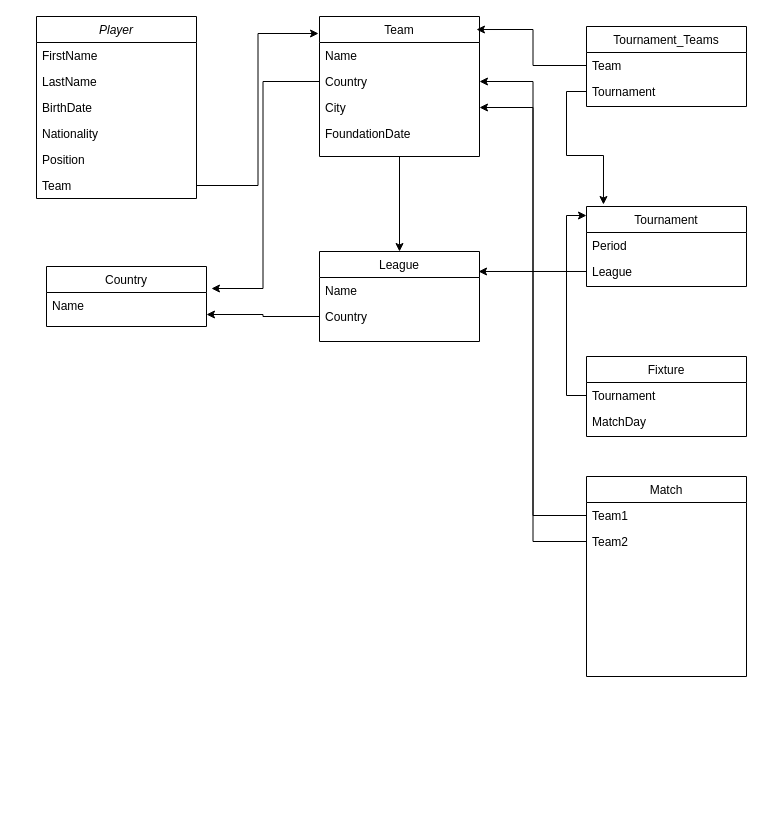
Above: Untitled Diagram.drawio in alanmacgowan/alanmacgowan.github.io (draw.io), before the change. Source tidied: cells renumbered, new cells numbered last; positions are measured from the earlier drawing's top-left corner, leaving out a move shared by most shapes. Both pictures are drawn from the tidied source at 100%, with x=0, y=0 at pixel (36, 16).
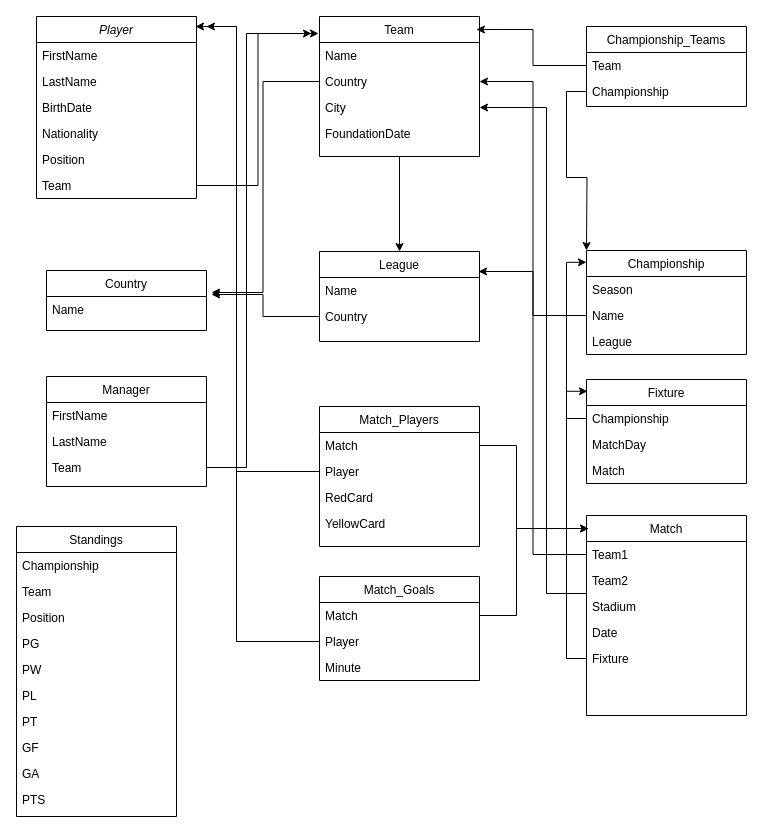
The same page after the edit.

Unchanged cells that the change refers to:
```xml
<mxCell id="2" value="Player" style="swimlane;fontStyle=2;align=center;verticalAlign=top;horizontal=1;startSize=26;rounded=0;shadow=0;strokeWidth=1;" parent="1" vertex="1">
  <mxGeometry width="160" height="182" as="geometry" />
</mxCell>
<mxCell id="10" value="Name" style="text;align=left;verticalAlign=top;spacingLeft=4;spacingRight=4;overflow=hidden;points=[[0,0.5],[1,0.5]];portConstraint=eastwest;" parent="9" vertex="1">
  <mxGeometry y="26" width="160" height="26" as="geometry" />
</mxCell>
<mxCell id="13" value="Country" style="text;align=left;verticalAlign=top;spacingLeft=4;spacingRight=4;overflow=hidden;points=[[0,0.5],[1,0.5]];portConstraint=eastwest;" parent="11" vertex="1">
  <mxGeometry y="52" width="160" height="26" as="geometry" />
</mxCell>
<mxCell id="16" value="Name" style="text;align=left;verticalAlign=top;spacingLeft=4;spacingRight=4;overflow=hidden;points=[[0,0.5],[1,0.5]];portConstraint=eastwest;" parent="15" vertex="1">
  <mxGeometry y="26" width="160" height="26" as="geometry" />
</mxCell>
<mxCell id="18" value="City" style="text;align=left;verticalAlign=top;spacingLeft=4;spacingRight=4;overflow=hidden;points=[[0,0.5],[1,0.5]];portConstraint=eastwest;rounded=0;shadow=0;html=0;" parent="15" vertex="1">
  <mxGeometry y="78" width="160" height="26" as="geometry" />
</mxCell>
<mxCell id="36" value="Team2" style="text;align=left;verticalAlign=top;spacingLeft=4;spacingRight=4;overflow=hidden;points=[[0,0.5],[1,0.5]];portConstraint=eastwest;rounded=0;shadow=0;html=0;" parent="34" vertex="1">
  <mxGeometry y="52" width="160" height="26" as="geometry" />
</mxCell>
```

The edit, as a diff of the source:
```diff
@@
     <mxCell id="9" value="Country" style="swimlane;fontStyle=0;align=center;verticalAlign=top;horizontal=1;startSize=26;rounded=0;shadow=0;strokeWidth=1;" parent="1" vertex="1">
-      <mxGeometry x="10" y="250" width="160" height="60" as="geometry" />
+      <mxGeometry x="10" y="254" width="160" height="60" as="geometry" />
     </mxCell>
@@
-    <mxCell id="20" value="Tournament" style="swimlane;fontStyle=0;align=center;verticalAlign=top;horizontal=1;startSize=26;rounded=0;shadow=0;strokeWidth=1;" parent="1" vertex="1">
-      <mxGeometry x="550" y="190" width="160" height="80" as="geometry" />
+    <mxCell id="20" value="Championship" style="swimlane;fontStyle=0;align=center;verticalAlign=top;horizontal=1;startSize=26;rounded=0;shadow=0;strokeWidth=1;" parent="1" vertex="1">
+      <mxGeometry x="550" y="234" width="160" height="104" as="geometry" />
     </mxCell>
-    <mxCell id="21" value="Period" style="text;align=left;verticalAlign=top;spacingLeft=4;spacingRight=4;overflow=hidden;" parent="20" vertex="1">
+    <mxCell id="21" value="Season" style="text;align=left;verticalAlign=top;spacingLeft=4;spacingRight=4;overflow=hidden;" parent="20" vertex="1">
       <mxGeometry y="26" width="160" height="26" as="geometry" />
     </mxCell>
-    <mxCell id="22" value="League" style="text;align=left;verticalAlign=top;spacingLeft=4;spacingRight=4;overflow=hidden;points=[[0,0.5],[1,0.5]];portConstraint=eastwest;rounded=0;shadow=0;html=0;" parent="20" vertex="1">
+    <mxCell id="22" value="Name" style="text;align=left;verticalAlign=top;spacingLeft=4;spacingRight=4;overflow=hidden;points=[[0,0.5],[1,0.5]];portConstraint=eastwest;rounded=0;shadow=0;html=0;" parent="20" vertex="1">
       <mxGeometry y="52" width="160" height="26" as="geometry" />
     </mxCell>
+    <mxCell id="41" value="League" style="text;align=left;verticalAlign=top;spacingLeft=4;spacingRight=4;overflow=hidden;rounded=0;shadow=0;html=0;" parent="20" vertex="1">
+      <mxGeometry y="78" width="160" height="26" as="geometry" />
+    </mxCell>
@@
-    <mxCell id="24" style="edgeStyle=orthogonalEdgeStyle;rounded=0;jettySize=auto;html=1;entryX=1;entryY=0.846;entryDx=0;entryDy=0;entryPerimeter=0;" parent="1" edge="1" source="13" target="10">
-      <mxGeometry relative="1" as="geometry" />
-    </mxCell>
@@
-    <mxCell id="26" value="Tournament_Teams" style="swimlane;fontStyle=0;align=center;verticalAlign=top;horizontal=1;startSize=26;rounded=0;shadow=0;strokeWidth=1;" parent="1" vertex="1">
+    <mxCell id="26" value="Championship_Teams" style="swimlane;fontStyle=0;align=center;verticalAlign=top;horizontal=1;startSize=26;rounded=0;shadow=0;strokeWidth=1;" parent="1" vertex="1">
       <mxGeometry x="550" y="10" width="160" height="80" as="geometry" />
     </mxCell>
@@
-    <mxCell id="28" value="Tournament" style="text;align=left;verticalAlign=top;spacingLeft=4;spacingRight=4;overflow=hidden;points=[[0,0.5],[1,0.5]];portConstraint=eastwest;rounded=0;shadow=0;html=0;" parent="26" vertex="1">
+    <mxCell id="28" value="Championship" style="text;align=left;verticalAlign=top;spacingLeft=4;spacingRight=4;overflow=hidden;points=[[0,0.5],[1,0.5]];portConstraint=eastwest;rounded=0;shadow=0;html=0;" parent="26" vertex="1">
       <mxGeometry y="52" width="160" height="26" as="geometry" />
     </mxCell>
@@
-    <mxCell id="30" style="edgeStyle=orthogonalEdgeStyle;rounded=0;jettySize=auto;html=1;entryX=0.106;entryY=-0.025;entryDx=0;entryDy=0;entryPerimeter=0;" parent="1" edge="1" source="28" target="20">
-      <mxGeometry relative="1" as="geometry" />
-    </mxCell>
     <mxCell id="31" value="Fixture" style="swimlane;fontStyle=0;align=center;verticalAlign=top;horizontal=1;startSize=26;rounded=0;shadow=0;strokeWidth=1;" parent="1" vertex="1">
-      <mxGeometry x="550" y="340" width="160" height="80" as="geometry" />
+      <mxGeometry x="550" y="363" width="160" height="104" as="geometry" />
     </mxCell>
-    <mxCell id="32" value="Tournament" style="text;align=left;verticalAlign=top;spacingLeft=4;spacingRight=4;overflow=hidden;points=[[0,0.5],[1,0.5]];portConstraint=eastwest;" parent="31" vertex="1">
+    <mxCell id="32" value="Championship" style="text;align=left;verticalAlign=top;spacingLeft=4;spacingRight=4;overflow=hidden;points=[[0,0.5],[1,0.5]];portConstraint=eastwest;" parent="31" vertex="1">
       <mxGeometry y="26" width="160" height="26" as="geometry" />
     </mxCell>
@@
+    <mxCell id="42" value="Match" style="text;align=left;verticalAlign=top;spacingLeft=4;spacingRight=4;overflow=hidden;rounded=0;shadow=0;html=0;" parent="31" vertex="1">
+      <mxGeometry y="78" width="160" height="26" as="geometry" />
+    </mxCell>
     <mxCell id="34" value="Match" style="swimlane;fontStyle=0;align=center;verticalAlign=top;horizontal=1;startSize=26;rounded=0;shadow=0;strokeWidth=1;" parent="1" vertex="1">
-      <mxGeometry x="550" y="460" width="160" height="200" as="geometry" />
+      <mxGeometry x="550" y="499" width="160" height="200" as="geometry" />
     </mxCell>
@@
+    <mxCell id="43" value="Stadium" style="text;align=left;verticalAlign=top;spacingLeft=4;spacingRight=4;overflow=hidden;rounded=0;shadow=0;html=0;" parent="34" vertex="1">
+      <mxGeometry y="78" width="160" height="26" as="geometry" />
+    </mxCell>
+    <mxCell id="44" value="Date" style="text;align=left;verticalAlign=top;spacingLeft=4;spacingRight=4;overflow=hidden;rounded=0;shadow=0;html=0;" parent="34" vertex="1">
+      <mxGeometry y="104" width="160" height="26" as="geometry" />
+    </mxCell>
+    <mxCell id="45" value="Fixture" style="text;align=left;verticalAlign=top;spacingLeft=4;spacingRight=4;overflow=hidden;points=[[0,0.5],[1,0.5]];portConstraint=eastwest;rounded=0;shadow=0;html=0;" parent="34" vertex="1">
+      <mxGeometry y="130" width="160" height="26" as="geometry" />
+    </mxCell>
@@
-    <mxCell id="39" style="edgeStyle=orthogonalEdgeStyle;rounded=0;jettySize=auto;html=1;entryX=1;entryY=0.5;entryDx=0;entryDy=0;" parent="1" edge="1" source="36" target="18">
-      <mxGeometry relative="1" as="geometry" />
+    <mxCell id="39" style="edgeStyle=orthogonalEdgeStyle;rounded=0;jettySize=auto;html=1;entryX=1;entryY=0.5;entryDx=0;entryDy=0;" parent="1" edge="1" target="18">
+      <mxGeometry relative="1" as="geometry">
+        <mxPoint x="550" y="577" as="sourcePoint" />
+        <Array as="points">
+          <mxPoint x="510" y="577" />
+          <mxPoint x="510" y="91" />
+        </Array>
+      </mxGeometry>
     </mxCell>
@@
+    <mxCell id="46" value="Match_Players" style="swimlane;fontStyle=0;align=center;verticalAlign=top;horizontal=1;startSize=26;rounded=0;shadow=0;strokeWidth=1;" parent="1" vertex="1">
+      <mxGeometry x="283" y="390" width="160" height="140" as="geometry" />
+    </mxCell>
+    <mxCell id="47" value="Match" style="text;align=left;verticalAlign=top;spacingLeft=4;spacingRight=4;overflow=hidden;points=[[0,0.5],[1,0.5]];portConstraint=eastwest;" parent="46" vertex="1">
+      <mxGeometry y="26" width="160" height="26" as="geometry" />
+    </mxCell>
+    <mxCell id="48" value="Player" style="text;align=left;verticalAlign=top;spacingLeft=4;spacingRight=4;overflow=hidden;points=[[0,0.5],[1,0.5]];portConstraint=eastwest;" parent="46" vertex="1">
+      <mxGeometry y="52" width="160" height="26" as="geometry" />
+    </mxCell>
+    <mxCell id="49" value="RedCard" style="text;align=left;verticalAlign=top;spacingLeft=4;spacingRight=4;overflow=hidden;" parent="46" vertex="1">
+      <mxGeometry y="78" width="160" height="26" as="geometry" />
+    </mxCell>
+    <mxCell id="50" value="YellowCard" style="text;align=left;verticalAlign=top;spacingLeft=4;spacingRight=4;overflow=hidden;" parent="46" vertex="1">
+      <mxGeometry y="104" width="160" height="26" as="geometry" />
+    </mxCell>
+    <mxCell id="51" style="edgeStyle=orthogonalEdgeStyle;rounded=0;jettySize=auto;html=1;entryX=0.013;entryY=0.065;entryDx=0;entryDy=0;entryPerimeter=0;exitX=1;exitY=0.5;exitDx=0;exitDy=0;" parent="1" edge="1" source="47" target="34">
+      <mxGeometry relative="1" as="geometry">
+        <Array as="points">
+          <mxPoint x="480" y="429" />
+          <mxPoint x="480" y="512" />
+        </Array>
+      </mxGeometry>
+    </mxCell>
+    <mxCell id="52" style="edgeStyle=orthogonalEdgeStyle;rounded=0;jettySize=auto;html=1;entryX=0.994;entryY=0.055;entryDx=0;entryDy=0;entryPerimeter=0;exitX=0;exitY=0.5;exitDx=0;exitDy=0;" parent="1" edge="1" source="48" target="2">
+      <mxGeometry relative="1" as="geometry">
+        <Array as="points">
+          <mxPoint x="200" y="455" />
+          <mxPoint x="200" y="10" />
+        </Array>
+      </mxGeometry>
+    </mxCell>
+    <mxCell id="53" value="Match_Goals" style="swimlane;fontStyle=0;align=center;verticalAlign=top;horizontal=1;startSize=26;rounded=0;shadow=0;strokeWidth=1;" parent="1" vertex="1">
+      <mxGeometry x="283" y="560" width="160" height="104" as="geometry" />
+    </mxCell>
+    <mxCell id="54" value="Match" style="text;align=left;verticalAlign=top;spacingLeft=4;spacingRight=4;overflow=hidden;points=[[0,0.5],[1,0.5]];portConstraint=eastwest;" parent="53" vertex="1">
+      <mxGeometry y="26" width="160" height="26" as="geometry" />
+    </mxCell>
+    <mxCell id="55" value="Player" style="text;align=left;verticalAlign=top;spacingLeft=4;spacingRight=4;overflow=hidden;points=[[0,0.5],[1,0.5]];portConstraint=eastwest;" parent="53" vertex="1">
+      <mxGeometry y="52" width="160" height="26" as="geometry" />
+    </mxCell>
+    <mxCell id="56" value="Minute" style="text;align=left;verticalAlign=top;spacingLeft=4;spacingRight=4;overflow=hidden;" parent="53" vertex="1">
+      <mxGeometry y="78" width="160" height="26" as="geometry" />
+    </mxCell>
+    <mxCell id="57" style="edgeStyle=orthogonalEdgeStyle;rounded=0;jettySize=auto;html=1;exitX=1;exitY=0.5;exitDx=0;exitDy=0;entryX=0.013;entryY=0.065;entryDx=0;entryDy=0;entryPerimeter=0;" parent="1" edge="1" source="54" target="34">
+      <mxGeometry relative="1" as="geometry">
+        <Array as="points">
+          <mxPoint x="480" y="599" />
+          <mxPoint x="480" y="512" />
+        </Array>
+      </mxGeometry>
+    </mxCell>
+    <mxCell id="58" style="edgeStyle=orthogonalEdgeStyle;rounded=0;jettySize=auto;html=1;" parent="1" edge="1" source="55">
+      <mxGeometry relative="1" as="geometry">
+        <mxPoint x="170" y="10" as="targetPoint" />
+        <Array as="points">
+          <mxPoint x="200" y="625" />
+          <mxPoint x="200" y="10" />
+        </Array>
+      </mxGeometry>
+    </mxCell>
+    <mxCell id="24" style="edgeStyle=orthogonalEdgeStyle;rounded=0;jettySize=auto;html=1;entryX=1.031;entryY=-0.077;entryDx=0;entryDy=0;entryPerimeter=0;" parent="1" edge="1" source="13" target="10">
+      <mxGeometry relative="1" as="geometry" />
+    </mxCell>
+    <mxCell id="59" value="Manager" style="swimlane;fontStyle=0;align=center;verticalAlign=top;horizontal=1;startSize=26;rounded=0;shadow=0;strokeWidth=1;" parent="1" vertex="1">
+      <mxGeometry x="10" y="360" width="160" height="110" as="geometry" />
+    </mxCell>
+    <mxCell id="60" value="FirstName" style="text;align=left;verticalAlign=top;spacingLeft=4;spacingRight=4;overflow=hidden;" parent="59" vertex="1">
+      <mxGeometry y="26" width="160" height="26" as="geometry" />
+    </mxCell>
+    <mxCell id="61" value="LastName" style="text;align=left;verticalAlign=top;spacingLeft=4;spacingRight=4;overflow=hidden;" parent="59" vertex="1">
+      <mxGeometry y="52" width="160" height="26" as="geometry" />
+    </mxCell>
+    <mxCell id="62" value="Team" style="text;align=left;verticalAlign=top;spacingLeft=4;spacingRight=4;overflow=hidden;points=[[0,0.5],[1,0.5]];portConstraint=eastwest;" parent="59" vertex="1">
+      <mxGeometry y="78" width="160" height="26" as="geometry" />
+    </mxCell>
+    <mxCell id="63" style="edgeStyle=orthogonalEdgeStyle;rounded=0;jettySize=auto;html=1;entryX=-0.05;entryY=-0.346;entryDx=0;entryDy=0;entryPerimeter=0;" parent="1" edge="1" source="62" target="16">
+      <mxGeometry relative="1" as="geometry">
+        <Array as="points">
+          <mxPoint x="210" y="451" />
+          <mxPoint x="210" y="17" />
+        </Array>
+      </mxGeometry>
+    </mxCell>
+    <mxCell id="64" value="Standings" style="swimlane;fontStyle=0;align=center;verticalAlign=top;horizontal=1;startSize=26;rounded=0;shadow=0;strokeWidth=1;" parent="1" vertex="1">
+      <mxGeometry x="-20" y="510" width="160" height="290" as="geometry" />
+    </mxCell>
+    <mxCell id="65" value="Championship" style="text;align=left;verticalAlign=top;spacingLeft=4;spacingRight=4;overflow=hidden;" parent="64" vertex="1">
+      <mxGeometry y="26" width="160" height="26" as="geometry" />
+    </mxCell>
+    <mxCell id="66" value="Team" style="text;align=left;verticalAlign=top;spacingLeft=4;spacingRight=4;overflow=hidden;rounded=0;shadow=0;html=0;" parent="64" vertex="1">
+      <mxGeometry y="52" width="160" height="26" as="geometry" />
+    </mxCell>
+    <mxCell id="67" value="Position" style="text;align=left;verticalAlign=top;spacingLeft=4;spacingRight=4;overflow=hidden;rounded=0;shadow=0;html=0;" parent="64" vertex="1">
+      <mxGeometry y="78" width="160" height="26" as="geometry" />
+    </mxCell>
+    <mxCell id="68" value="PG" style="text;align=left;verticalAlign=top;spacingLeft=4;spacingRight=4;overflow=hidden;rounded=0;shadow=0;html=0;" parent="64" vertex="1">
+      <mxGeometry y="104" width="160" height="26" as="geometry" />
+    </mxCell>
+    <mxCell id="69" value="PW" style="text;align=left;verticalAlign=top;spacingLeft=4;spacingRight=4;overflow=hidden;rounded=0;shadow=0;html=0;" parent="64" vertex="1">
+      <mxGeometry y="130" width="160" height="26" as="geometry" />
+    </mxCell>
+    <mxCell id="70" value="PL" style="text;align=left;verticalAlign=top;spacingLeft=4;spacingRight=4;overflow=hidden;rounded=0;shadow=0;html=0;" parent="64" vertex="1">
+      <mxGeometry y="156" width="160" height="26" as="geometry" />
+    </mxCell>
+    <mxCell id="71" value="PT" style="text;align=left;verticalAlign=top;spacingLeft=4;spacingRight=4;overflow=hidden;rounded=0;shadow=0;html=0;" parent="64" vertex="1">
+      <mxGeometry y="182" width="160" height="26" as="geometry" />
+    </mxCell>
+    <mxCell id="72" value="GF" style="text;align=left;verticalAlign=top;spacingLeft=4;spacingRight=4;overflow=hidden;rounded=0;shadow=0;html=0;" parent="64" vertex="1">
+      <mxGeometry y="208" width="160" height="26" as="geometry" />
+    </mxCell>
+    <mxCell id="73" value="GA" style="text;align=left;verticalAlign=top;spacingLeft=4;spacingRight=4;overflow=hidden;rounded=0;shadow=0;html=0;" parent="64" vertex="1">
+      <mxGeometry y="234" width="160" height="26" as="geometry" />
+    </mxCell>
+    <mxCell id="74" value="PTS" style="text;align=left;verticalAlign=top;spacingLeft=4;spacingRight=4;overflow=hidden;rounded=0;shadow=0;html=0;" parent="64" vertex="1">
+      <mxGeometry y="260" width="160" height="26" as="geometry" />
+    </mxCell>
+    <mxCell id="75" style="edgeStyle=orthogonalEdgeStyle;rounded=0;jettySize=auto;html=1;entryX=0.006;entryY=0.113;entryDx=0;entryDy=0;entryPerimeter=0;" parent="1" edge="1" source="45" target="31">
+      <mxGeometry relative="1" as="geometry" />
+    </mxCell>
+    <mxCell id="76" style="edgeStyle=orthogonalEdgeStyle;rounded=0;jettySize=auto;html=1;" parent="1" edge="1" source="28">
+      <mxGeometry relative="1" as="geometry">
+        <mxPoint x="550" y="234" as="targetPoint" />
+      </mxGeometry>
+    </mxCell>
```
